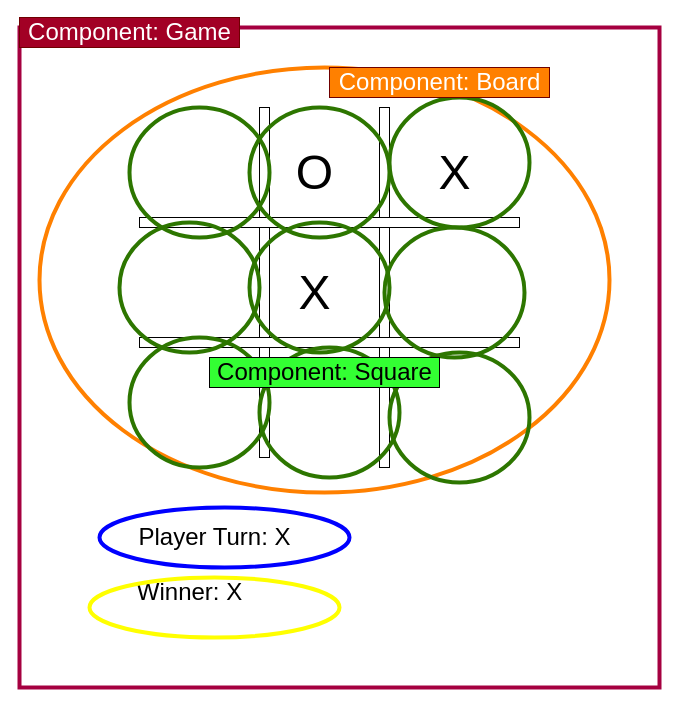
Above: sinead-wireframe.drawio in SchoolOfCode/w12dX_noughts-and-crosses-plan-rm_56_sareena_sinead_julian (draw.io), before the change. Source tidied: cells renumbered, new cells numbered last; positions are measured from the earlier drawing's top-left corner, leaving out a move shared by most shapes. Both pictures are drawn from the tidied source at 100%, with x=0, y=0 at pixel (19, 17).
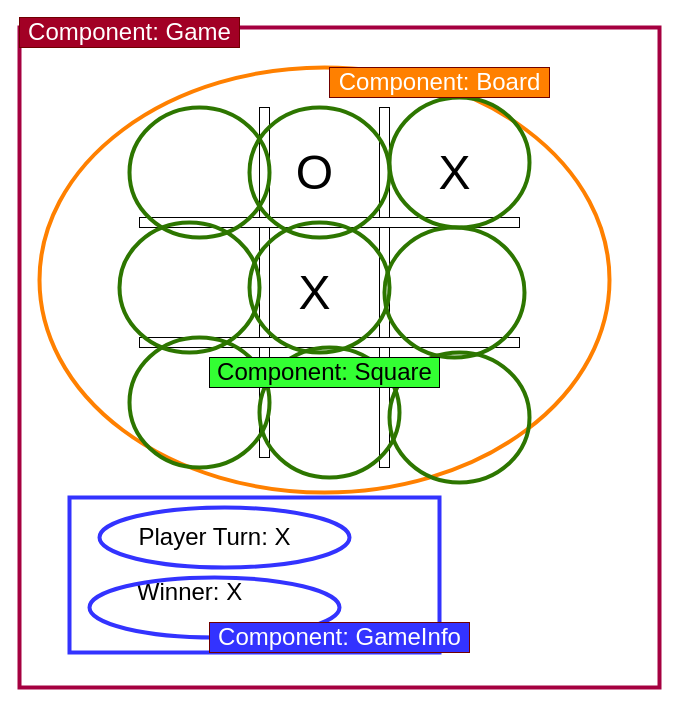
The same page after the edit.

Change to the diagram source:
```diff
@@
+    <mxCell id="27" style="whiteSpace=wrap;html=1;fontSize=24;fontColor=#ffffff;strokeColor=#3333FF;strokeWidth=4;fillColor=none;" parent="1" vertex="1">
+      <mxGeometry x="50" y="480" width="370" height="155" as="geometry" />
+    </mxCell>
@@
-    <mxCell id="22" style="ellipse;whiteSpace=wrap;html=1;fontSize=24;fillColor=none;fontColor=#ffffff;strokeColor=#0000FF;strokeWidth=4;" parent="1" vertex="1">
+    <mxCell id="22" style="ellipse;whiteSpace=wrap;html=1;fontSize=24;fillColor=none;fontColor=#ffffff;strokeColor=#3333FF;strokeWidth=4;" parent="1" vertex="1">
       <mxGeometry x="80" y="490" width="250" height="60" as="geometry" />
     </mxCell>
-    <mxCell id="23" style="ellipse;whiteSpace=wrap;html=1;fontSize=24;fillColor=none;fontColor=#ffffff;strokeColor=#FFFF00;strokeWidth=4;" parent="1" vertex="1">
+    <mxCell id="23" style="ellipse;whiteSpace=wrap;html=1;fontSize=24;fillColor=none;fontColor=#ffffff;strokeColor=#3333FF;strokeWidth=4;" parent="1" vertex="1">
       <mxGeometry x="70" y="560" width="250" height="60" as="geometry" />
     </mxCell>
@@
+    <mxCell id="28" value="Component: GameInfo" style="text;html=1;align=center;verticalAlign=middle;fillColor=#3333FF;strokeColor=#6F0000;rounded=0;fontSize=24;fontColor=#ffffff;" parent="1" vertex="1">
+      <mxGeometry x="190" y="605" width="260" height="30" as="geometry" />
+    </mxCell>
```
